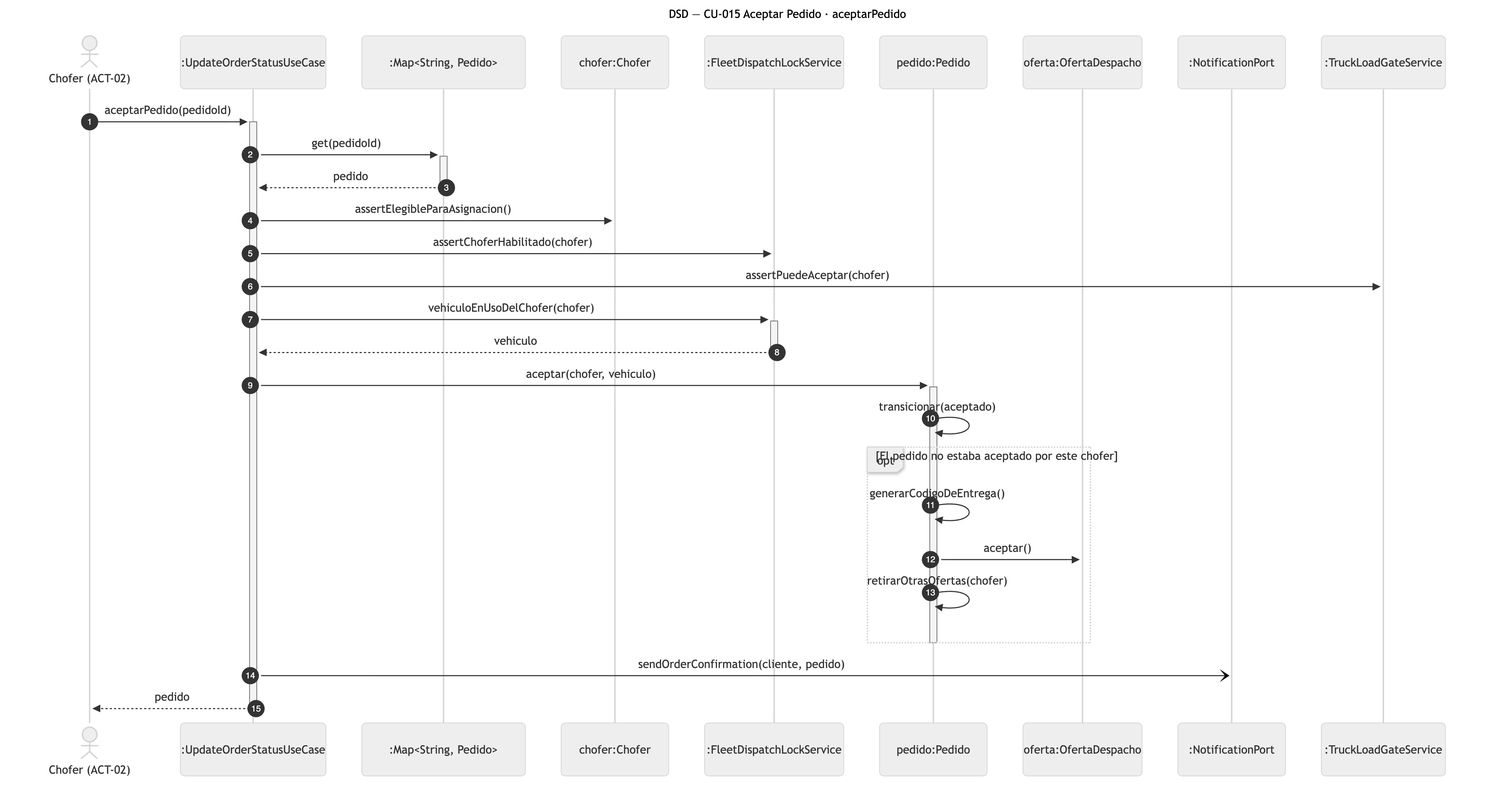
The Mermaid diagram diagramas/png/DSD_CU-015_aceptarPedido.png in Nahuelito-Dev/splg-docs, before a commit. Its source is kept beside it as diagramas/DSD_CU-015_aceptarPedido.mmd.
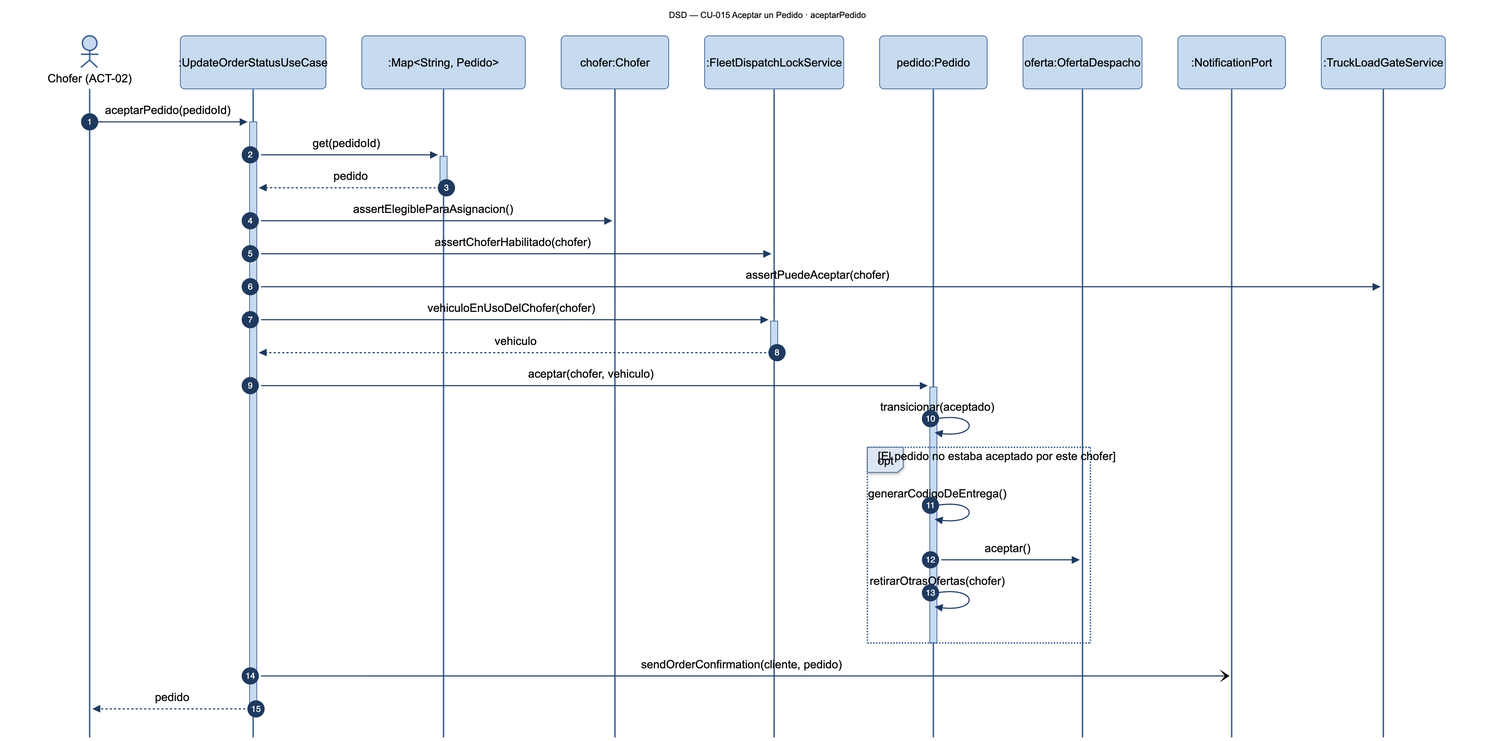
Later version of the same file.

The edit, as a diff of the source:
```diff
@@ -1,5 +1,5 @@
 sequenceDiagram
-    title DSD — CU-015 Aceptar Pedido · aceptarPedido
+    title DSD — CU-015 Aceptar un Pedido · aceptarPedido
     autonumber
     actor CHF as Chofer (ACT-02)
     participant UCS as :UpdateOrderStatusUseCase
```
